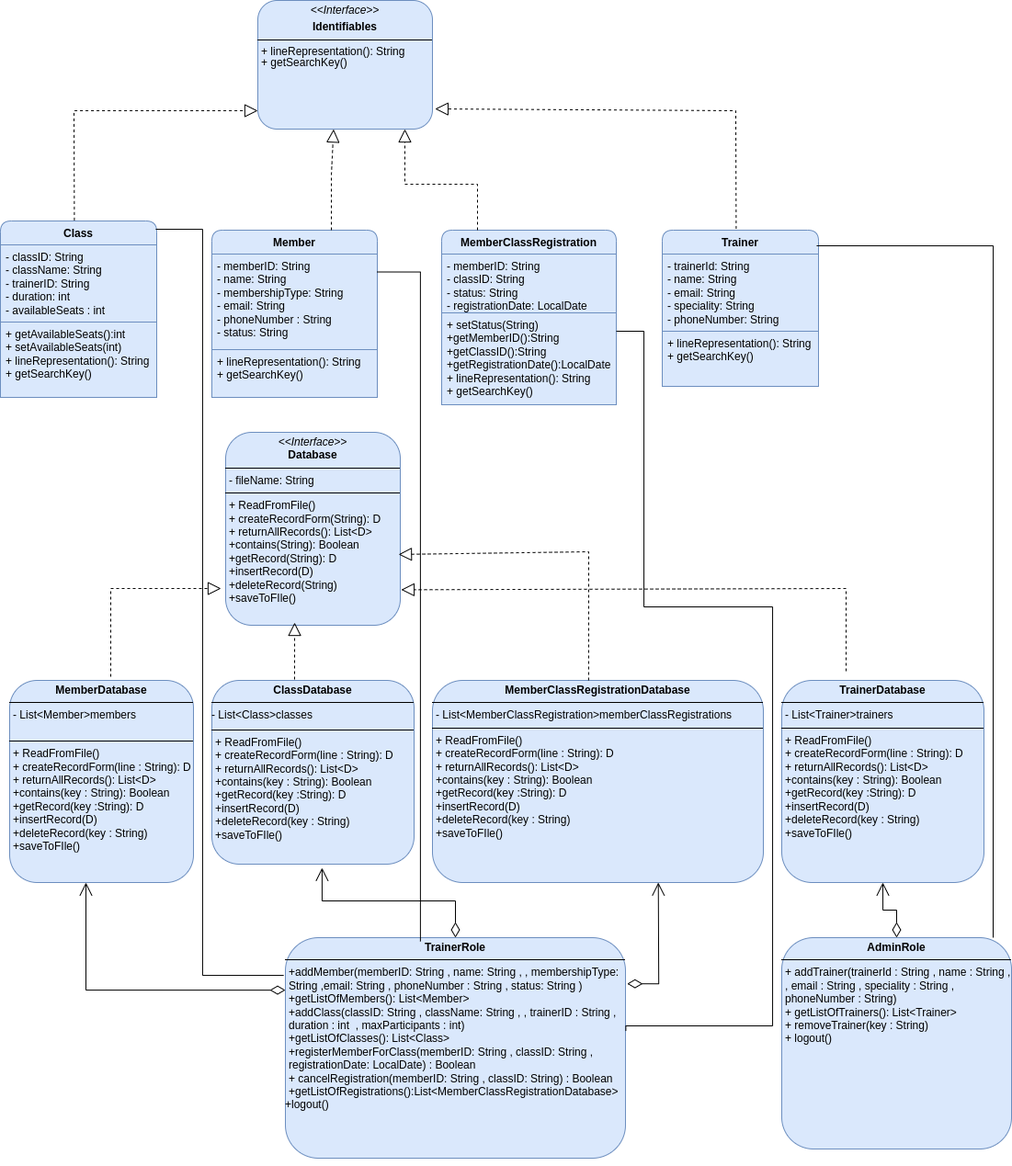
The draw.io diagram Untitled Diagram.drawio.png in ahmeddsameh-glitch/gym-gui-database-and-gui, before a commit. Source tidied: cells renumbered, new cells last; positions are measured from the earlier drawing's top-left corner, leaving out a move shared by most shapes.
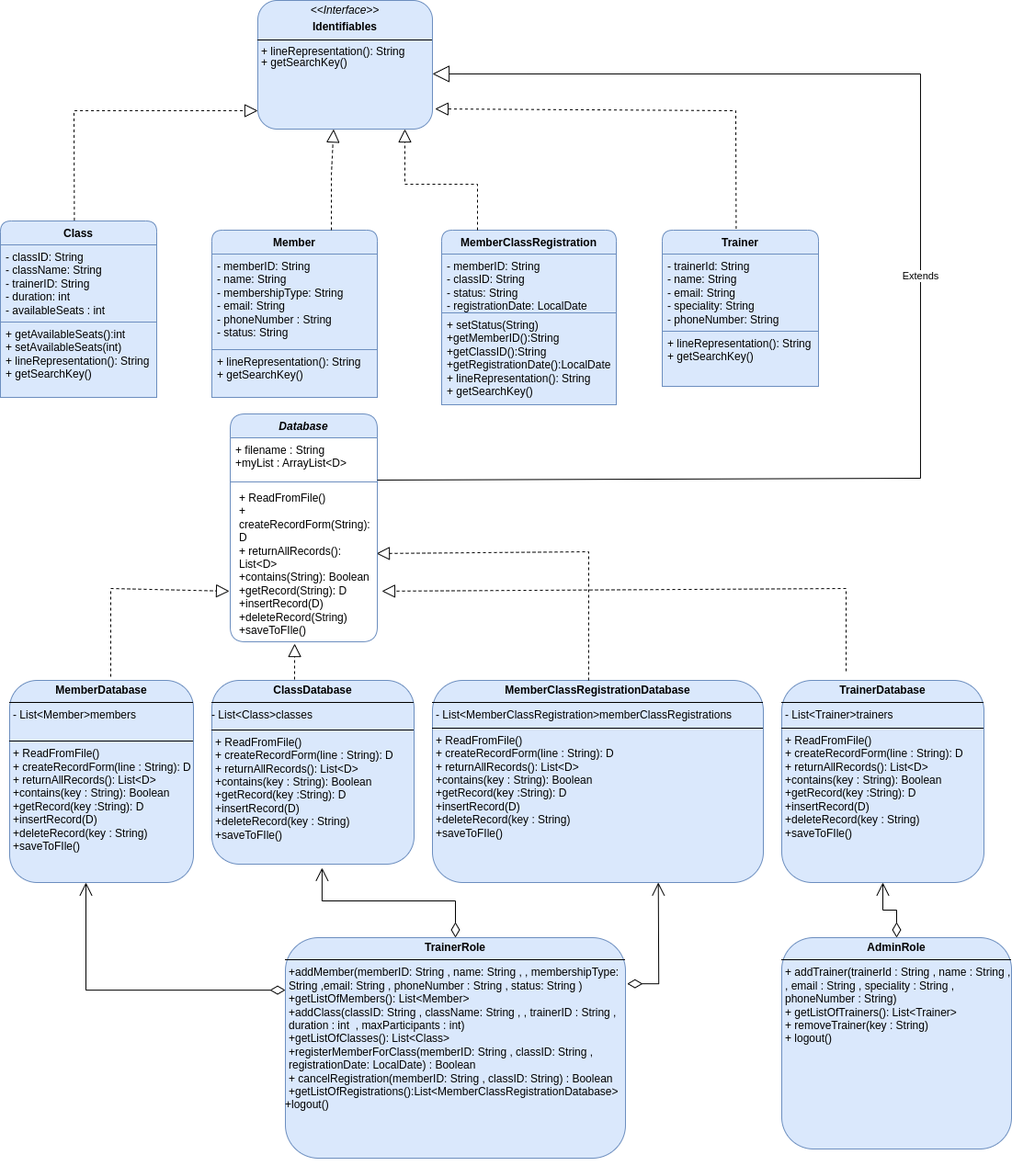
After the commit.

Diff of the diagram source:
```diff
@@ -86,10 +86,9 @@
         </Array>
       </mxGeometry>
     </mxCell>
-    <mxCell id="23" style="endArrow=block;dashed=1;endFill=0;endSize=12;html=1;rounded=0;" parent="1" edge="1">
+    <mxCell id="23" style="endArrow=block;dashed=1;endFill=0;endSize=12;html=1;rounded=0;entryX=-0.006;entryY=0.676;entryDx=0;entryDy=0;entryPerimeter=0;" parent="1" edge="1" target="46">
       <mxGeometry relative="1" as="geometry">
         <mxPoint x="120" y="736" as="sourcePoint" />
-        <mxPoint x="240" y="640" as="targetPoint" />
         <Array as="points">
           <mxPoint x="120" y="640" />
         </Array>
@@ -98,16 +97,13 @@
     <mxCell id="24" value="&lt;p style=&quot;margin:0px;margin-top:4px;text-align:center;&quot;&gt;&lt;b&gt;TrainerDatabase&lt;/b&gt;&lt;/p&gt;&lt;hr size=&quot;1&quot; style=&quot;border-style:solid;&quot;&gt;&lt;p style=&quot;margin:0px;margin-left:4px;&quot;&gt;- List&amp;lt;Trainer&amp;gt;trainers&lt;/p&gt;&lt;hr size=&quot;1&quot; style=&quot;border-style:solid;&quot;&gt;&lt;p style=&quot;margin: 0px 0px 0px 4px;&quot;&gt;+ ReadFromFile()&lt;/p&gt;&lt;p style=&quot;margin: 0px 0px 0px 4px;&quot;&gt;+ createRecordForm(line : String): D&lt;/p&gt;&lt;p style=&quot;margin: 0px 0px 0px 4px;&quot;&gt;&lt;span style=&quot;background-color: initial;&quot;&gt;+ returnAllRecords(): List&amp;lt;D&amp;gt;&lt;/span&gt;&lt;br&gt;&lt;/p&gt;&lt;p style=&quot;margin: 0px 0px 0px 4px;&quot;&gt;+contains(key : String): Boolean&lt;/p&gt;&lt;p style=&quot;margin: 0px 0px 0px 4px;&quot;&gt;+getRecord(key :String): D&lt;/p&gt;&lt;p style=&quot;margin: 0px 0px 0px 4px;&quot;&gt;&lt;span style=&quot;background-color: initial;&quot;&gt;+insertRecord(D)&lt;/span&gt;&lt;br&gt;&lt;/p&gt;&lt;p style=&quot;margin: 0px 0px 0px 4px;&quot;&gt;+deleteRecord(key : String)&lt;/p&gt;&lt;p style=&quot;margin: 0px 0px 0px 4px;&quot;&gt;&lt;span style=&quot;background-color: initial;&quot;&gt;+saveToFIle()&amp;nbsp;&lt;/span&gt;&lt;br&gt;&lt;/p&gt;" style="verticalAlign=top;align=left;overflow=fill;html=1;whiteSpace=wrap;fillColor=#dae8fc;strokeColor=#6c8ebf;rounded=1;" parent="1" vertex="1">
       <mxGeometry x="850" y="740" width="220" height="220" as="geometry" />
     </mxCell>
-    <mxCell id="25" value="&lt;p style=&quot;margin:0px;margin-top:4px;text-align:center;&quot;&gt;&lt;i&gt;&amp;lt;&amp;lt;Interface&amp;gt;&amp;gt;&lt;/i&gt;&lt;br&gt;&lt;b&gt;Database&lt;/b&gt;&lt;/p&gt;&lt;hr size=&quot;1&quot; style=&quot;border-style:solid;&quot;&gt;&lt;p style=&quot;margin:0px;margin-left:4px;&quot;&gt;- fileName: String&lt;/p&gt;&lt;hr size=&quot;1&quot; style=&quot;border-style:solid;&quot;&gt;&lt;p style=&quot;margin: 0px 0px 0px 4px;&quot;&gt;+ ReadFromFile()&lt;/p&gt;&lt;p style=&quot;margin: 0px 0px 0px 4px;&quot;&gt;+ createRecordForm(String): D&lt;/p&gt;&lt;p style=&quot;margin: 0px 0px 0px 4px;&quot;&gt;+ returnAllRecords(): List&amp;lt;D&amp;gt;&lt;/p&gt;&lt;p style=&quot;margin: 0px 0px 0px 4px;&quot;&gt;+contains(String): Boolean&lt;/p&gt;&lt;p style=&quot;margin: 0px 0px 0px 4px;&quot;&gt;+getRecord(String): D&lt;/p&gt;&lt;p style=&quot;margin: 0px 0px 0px 4px;&quot;&gt;+insertRecord(D)&lt;/p&gt;&lt;p style=&quot;margin: 0px 0px 0px 4px;&quot;&gt;+deleteRecord(String)&lt;/p&gt;&lt;p style=&quot;margin: 0px 0px 0px 4px;&quot;&gt;+saveToFIle()&amp;nbsp;&lt;/p&gt;" style="verticalAlign=top;align=left;overflow=fill;html=1;whiteSpace=wrap;fillColor=#dae8fc;strokeColor=#6c8ebf;rounded=1;" parent="1" vertex="1">
-      <mxGeometry x="245" y="470" width="190" height="210" as="geometry" />
-    </mxCell>
     <mxCell id="26" value="&lt;p style=&quot;margin:0px;margin-top:4px;text-align:center;&quot;&gt;&lt;b&gt;MemberDatabase&lt;/b&gt;&lt;/p&gt;&lt;hr size=&quot;1&quot; style=&quot;border-style:solid;&quot;&gt;&lt;p style=&quot;margin:0px;margin-left:4px;&quot;&gt;- List&amp;lt;Member&amp;gt;members&lt;br&gt;&lt;/p&gt;&lt;div&gt;&lt;br&gt;&lt;/div&gt;&lt;hr size=&quot;1&quot; style=&quot;border-style:solid;&quot;&gt;&lt;p style=&quot;margin: 0px 0px 0px 4px;&quot;&gt;+ ReadFromFile()&lt;/p&gt;&lt;p style=&quot;margin: 0px 0px 0px 4px;&quot;&gt;+ createRecordForm(line : String): D&lt;/p&gt;&lt;p style=&quot;margin: 0px 0px 0px 4px;&quot;&gt;&lt;span style=&quot;background-color: initial;&quot;&gt;+ returnAllRecords(): List&amp;lt;D&amp;gt;&lt;/span&gt;&lt;br&gt;&lt;/p&gt;&lt;p style=&quot;margin: 0px 0px 0px 4px;&quot;&gt;+contains(key : String): Boolean&lt;/p&gt;&lt;p style=&quot;margin: 0px 0px 0px 4px;&quot;&gt;&lt;span style=&quot;background-color: initial;&quot;&gt;+getRecord(key :String): D&lt;/span&gt;&lt;br&gt;&lt;/p&gt;&lt;p style=&quot;margin: 0px 0px 0px 4px;&quot;&gt;&lt;span style=&quot;background-color: initial;&quot;&gt;+insertRecord(D)&lt;/span&gt;&lt;br&gt;&lt;/p&gt;&lt;p style=&quot;margin: 0px 0px 0px 4px;&quot;&gt;+deleteRecord(key : String)&lt;/p&gt;&lt;p style=&quot;margin: 0px 0px 0px 4px;&quot;&gt;&lt;span style=&quot;background-color: initial;&quot;&gt;+saveToFIle()&amp;nbsp;&lt;/span&gt;&lt;br&gt;&lt;/p&gt;" style="verticalAlign=top;align=left;overflow=fill;html=1;whiteSpace=wrap;fillColor=#dae8fc;strokeColor=#6c8ebf;rounded=1;" parent="1" vertex="1">
       <mxGeometry x="10" y="740" width="200" height="220" as="geometry" />
     </mxCell>
     <mxCell id="27" value="&lt;p style=&quot;margin:0px;margin-top:4px;text-align:center;&quot;&gt;&lt;span style=&quot;font-weight: 700;&quot;&gt;MemberClassRegistrationDatabase&lt;/span&gt;&lt;br&gt;&lt;/p&gt;&lt;hr size=&quot;1&quot; style=&quot;border-style:solid;&quot;&gt;&lt;p style=&quot;margin:0px;margin-left:4px;&quot;&gt;- List&amp;lt;&lt;span style=&quot;text-align: center; background-color: initial;&quot;&gt;MemberClassRegistration&lt;/span&gt;&lt;span style=&quot;background-color: initial;&quot;&gt;&amp;gt;memberClassRegistrations&lt;span style=&quot;white-space: pre;&quot;&gt;&#9;&lt;/span&gt;&lt;/span&gt;&lt;/p&gt;&lt;hr size=&quot;1&quot; style=&quot;border-style:solid;&quot;&gt;&lt;p style=&quot;margin: 0px 0px 0px 4px;&quot;&gt;+ ReadFromFile()&lt;/p&gt;&lt;p style=&quot;margin: 0px 0px 0px 4px;&quot;&gt;+ createRecordForm(line : String): D&lt;/p&gt;&lt;p style=&quot;margin: 0px 0px 0px 4px;&quot;&gt;&lt;span style=&quot;background-color: initial;&quot;&gt;+ returnAllRecords(): List&amp;lt;D&amp;gt;&lt;/span&gt;&lt;br&gt;&lt;/p&gt;&lt;p style=&quot;margin: 0px 0px 0px 4px;&quot;&gt;+contains(key : String): Boolean&lt;/p&gt;&lt;p style=&quot;margin: 0px 0px 0px 4px;&quot;&gt;&lt;span style=&quot;background-color: initial;&quot;&gt;+getRecord(key :String): D&lt;/span&gt;&lt;br&gt;&lt;/p&gt;&lt;p style=&quot;margin: 0px 0px 0px 4px;&quot;&gt;&lt;span style=&quot;background-color: initial;&quot;&gt;+insertRecord(D)&lt;/span&gt;&lt;br&gt;&lt;/p&gt;&lt;p style=&quot;margin: 0px 0px 0px 4px;&quot;&gt;+deleteRecord(key : String)&lt;/p&gt;&lt;p style=&quot;margin: 0px 0px 0px 4px;&quot;&gt;+saveToFIle()&amp;nbsp;&lt;/p&gt;" style="verticalAlign=top;align=left;overflow=fill;html=1;whiteSpace=wrap;fillColor=#dae8fc;strokeColor=#6c8ebf;rounded=1;" parent="1" vertex="1">
       <mxGeometry x="470" y="740" width="360" height="220" as="geometry" />
     </mxCell>
-    <mxCell id="28" style="endArrow=block;dashed=1;endFill=0;endSize=12;html=1;rounded=0;entryX=0.99;entryY=0.633;entryDx=0;entryDy=0;entryPerimeter=0;exitX=0.472;exitY=0;exitDx=0;exitDy=0;exitPerimeter=0;" parent="1" edge="1" source="27" target="25">
+    <mxCell id="28" style="endArrow=block;dashed=1;endFill=0;endSize=12;html=1;rounded=0;entryX=0.994;entryY=0.435;entryDx=0;entryDy=0;entryPerimeter=0;exitX=0.472;exitY=0;exitDx=0;exitDy=0;exitPerimeter=0;" parent="1" edge="1" source="27" target="46">
       <mxGeometry relative="1" as="geometry">
         <Array as="points">
           <mxPoint x="640" y="600" />
@@ -117,7 +113,7 @@
     <mxCell id="29" value="&lt;p style=&quot;margin:0px;margin-top:4px;text-align:center;&quot;&gt;&lt;b&gt;ClassDatabase&lt;/b&gt;&lt;/p&gt;&lt;hr size=&quot;1&quot; style=&quot;border-style:solid;&quot;&gt;&lt;div style=&quot;height: 2px;&quot;&gt;- List&amp;lt;Class&amp;gt;classes&lt;span style=&quot;background-color: initial;&quot;&gt;&lt;span style=&quot;white-space: pre;&quot;&gt;&#9;&lt;/span&gt;&lt;/span&gt;&lt;/div&gt;&lt;div&gt;&lt;br&gt;&lt;/div&gt;&lt;hr size=&quot;1&quot; style=&quot;border-style:solid;&quot;&gt;&lt;div style=&quot;height:2px;&quot;&gt;&lt;p style=&quot;margin: 0px 0px 0px 4px;&quot;&gt;+ ReadFromFile()&lt;/p&gt;&lt;p style=&quot;margin: 0px 0px 0px 4px;&quot;&gt;+ createRecordForm(line : String): D&lt;/p&gt;&lt;p style=&quot;margin: 0px 0px 0px 4px;&quot;&gt;+ returnAllRecords(): List&amp;lt;D&amp;gt;&lt;/p&gt;&lt;p style=&quot;margin: 0px 0px 0px 4px;&quot;&gt;+contains(key : String): Boolean&lt;/p&gt;&lt;p style=&quot;margin: 0px 0px 0px 4px;&quot;&gt;&lt;span style=&quot;background-color: initial;&quot;&gt;+getRecord(key :String): D&lt;/span&gt;&lt;br&gt;&lt;/p&gt;&lt;p style=&quot;margin: 0px 0px 0px 4px;&quot;&gt;+insertRecord(D)&lt;/p&gt;&lt;p style=&quot;margin: 0px 0px 0px 4px;&quot;&gt;+deleteRecord(key : String)&lt;/p&gt;&lt;p style=&quot;margin: 0px 0px 0px 4px;&quot;&gt;&lt;span style=&quot;background-color: initial;&quot;&gt;+saveToFIle()&amp;nbsp;&lt;/span&gt;&lt;br&gt;&lt;/p&gt;&lt;/div&gt;" style="verticalAlign=top;align=left;overflow=fill;html=1;whiteSpace=wrap;fillColor=#dae8fc;strokeColor=#6c8ebf;rounded=1;" parent="1" vertex="1">
       <mxGeometry x="230" y="740" width="220" height="200" as="geometry" />
     </mxCell>
-    <mxCell id="30" style="endArrow=block;dashed=1;endFill=0;endSize=12;html=1;rounded=0;entryX=0.395;entryY=0.986;entryDx=0;entryDy=0;entryPerimeter=0;" parent="1" edge="1" target="25">
+    <mxCell id="30" style="endArrow=block;dashed=1;endFill=0;endSize=12;html=1;rounded=0;entryX=0.438;entryY=1.012;entryDx=0;entryDy=0;entryPerimeter=0;" parent="1" edge="1" target="46">
       <mxGeometry relative="1" as="geometry">
         <mxPoint x="320" y="739" as="sourcePoint" />
       </mxGeometry>
@@ -133,7 +129,7 @@
         </Array>
       </mxGeometry>
     </mxCell>
-    <mxCell id="33" style="endArrow=block;dashed=1;endFill=0;endSize=12;html=1;rounded=0;entryX=1.005;entryY=0.816;entryDx=0;entryDy=0;entryPerimeter=0;" parent="1" edge="1" target="25">
+    <mxCell id="33" style="endArrow=block;dashed=1;endFill=0;endSize=12;html=1;rounded=0;entryX=1.031;entryY=0.676;entryDx=0;entryDy=0;entryPerimeter=0;" parent="1" edge="1" target="46">
       <mxGeometry relative="1" as="geometry">
         <mxPoint x="920" y="730" as="sourcePoint" />
         <Array as="points">
@@ -163,38 +159,26 @@
         </Array>
       </mxGeometry>
     </mxCell>
-    <mxCell id="39" style="endArrow=none;html=1;edgeStyle=orthogonalEdgeStyle;rounded=0;exitX=0.988;exitY=0.1;exitDx=0;exitDy=0;exitPerimeter=0;entryX=0.92;entryY=0;entryDx=0;entryDy=0;entryPerimeter=0;" parent="1" edge="1" source="7" target="37">
-      <mxGeometry relative="1" as="geometry">
-        <Array as="points">
-          <mxPoint x="1080" y="267" />
-        </Array>
-      </mxGeometry>
-    </mxCell>
-    <mxCell id="40" style="endArrow=none;html=1;edgeStyle=orthogonalEdgeStyle;rounded=0;entryX=-0.005;entryY=0.171;entryDx=0;entryDy=0;entryPerimeter=0;exitX=0.994;exitY=0.047;exitDx=0;exitDy=0;exitPerimeter=0;" parent="1" edge="1" source="3" target="31">
-      <mxGeometry relative="1" as="geometry">
-        <Array as="points">
-          <mxPoint x="220" y="249" />
-          <mxPoint x="220" y="1061" />
-        </Array>
-      </mxGeometry>
-    </mxCell>
-    <mxCell id="41" style="endArrow=none;html=1;edgeStyle=orthogonalEdgeStyle;rounded=0;entryX=0.397;entryY=0.017;entryDx=0;entryDy=0;entryPerimeter=0;exitX=1;exitY=0.25;exitDx=0;exitDy=0;" parent="1" edge="1" source="13" target="31">
-      <mxGeometry relative="1" as="geometry">
-        <Array as="points">
-          <mxPoint x="457" y="296" />
-        </Array>
-      </mxGeometry>
-    </mxCell>
-    <mxCell id="42" style="endArrow=none;html=1;edgeStyle=orthogonalEdgeStyle;rounded=0;entryX=1.001;entryY=0.423;entryDx=0;entryDy=0;entryPerimeter=0;" parent="1" edge="1" source="21" target="31">
-      <mxGeometry relative="1" as="geometry">
-        <Array as="points">
-          <mxPoint x="700" y="360" />
-          <mxPoint x="700" y="660" />
-          <mxPoint x="840" y="660" />
-          <mxPoint x="840" y="1116" />
-          <mxPoint x="680" y="1116" />
-        </Array>
-      </mxGeometry>
-    </mxCell>
+    <mxCell id="43" value="&lt;i&gt;Database&lt;/i&gt;" style="swimlane;fontStyle=1;align=center;verticalAlign=top;horizontal=1;startSize=26;whiteSpace=wrap;html=1;fillColor=#dae8fc;strokeColor=#6c8ebf;rounded=1;arcSize=21;" parent="1" vertex="1">
+      <mxGeometry x="250" y="450" width="160" height="248" as="geometry" />
+    </mxCell>
+    <mxCell id="44" value="+ filename : String&lt;div&gt;+myList : ArrayList&amp;lt;D&amp;gt;&lt;/div&gt;" style="text;strokeColor=none;fillColor=none;align=left;verticalAlign=top;spacingLeft=4;spacingRight=4;overflow=hidden;whiteSpace=wrap;html=1;" parent="43" vertex="1">
+      <mxGeometry y="26" width="160" height="44" as="geometry" />
+    </mxCell>
+    <mxCell id="45" style="line;strokeWidth=1;fillColor=none;align=left;verticalAlign=middle;spacingTop=-1;spacingLeft=3;spacingRight=3;labelPosition=right;strokeColor=inherit;" parent="43" vertex="1">
+      <mxGeometry y="70" width="160" height="8" as="geometry" />
+    </mxCell>
+    <mxCell id="46" value="&lt;p style=&quot;margin: 0px 0px 0px 4px;&quot;&gt;+ ReadFromFile()&lt;/p&gt;&lt;p style=&quot;margin: 0px 0px 0px 4px;&quot;&gt;+ createRecordForm(String): D&lt;/p&gt;&lt;p style=&quot;margin: 0px 0px 0px 4px;&quot;&gt;+ returnAllRecords(): List&amp;lt;D&amp;gt;&lt;/p&gt;&lt;p style=&quot;margin: 0px 0px 0px 4px;&quot;&gt;+contains(String): Boolean&lt;/p&gt;&lt;p style=&quot;margin: 0px 0px 0px 4px;&quot;&gt;+getRecord(String): D&lt;/p&gt;&lt;p style=&quot;margin: 0px 0px 0px 4px;&quot;&gt;+insertRecord(D)&lt;/p&gt;&lt;p style=&quot;margin: 0px 0px 0px 4px;&quot;&gt;+deleteRecord(String)&lt;/p&gt;&lt;p style=&quot;margin: 0px 0px 0px 4px;&quot;&gt;+saveToFIle()&lt;/p&gt;" style="text;strokeColor=none;fillColor=none;align=left;verticalAlign=top;spacingLeft=4;spacingRight=4;overflow=hidden;points=[[0,0.5],[1,0.5]];portConstraint=eastwest;whiteSpace=wrap;html=1;" parent="43" vertex="1">
+      <mxGeometry y="78" width="160" height="170" as="geometry" />
+    </mxCell>
+    <mxCell id="47" value="Extends" style="endArrow=block;endSize=16;endFill=0;html=1;rounded=0;entryX=1;entryY=0.571;entryDx=0;entryDy=0;exitX=0.994;exitY=0.25;exitDx=0;exitDy=0;exitPerimeter=0;entryPerimeter=0;" parent="1" edge="1" target="2">
+      <mxGeometry x="0.04" relative="1" as="geometry">
+        <mxPoint x="410" y="522" as="sourcePoint" />
+        <Array as="points">
+          <mxPoint x="1001" y="520" />
+          <mxPoint x="1001" y="80" />
+        </Array>
+      </mxGeometry>
+    </mxCell>
   </root>
 </mxGraphModel>
```
